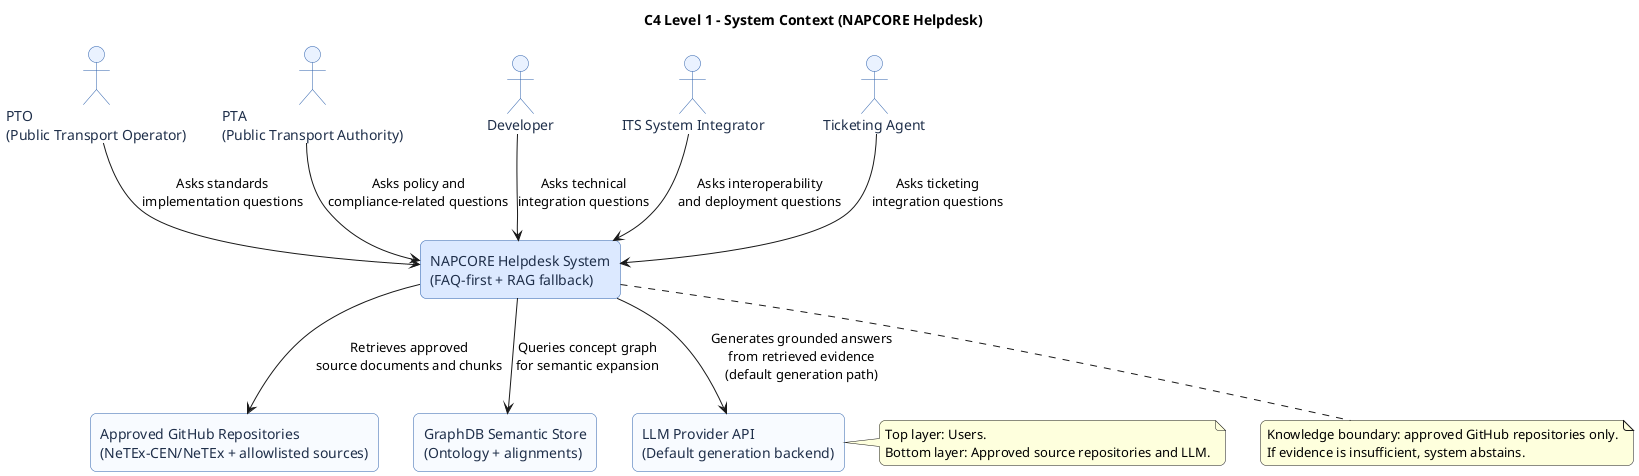
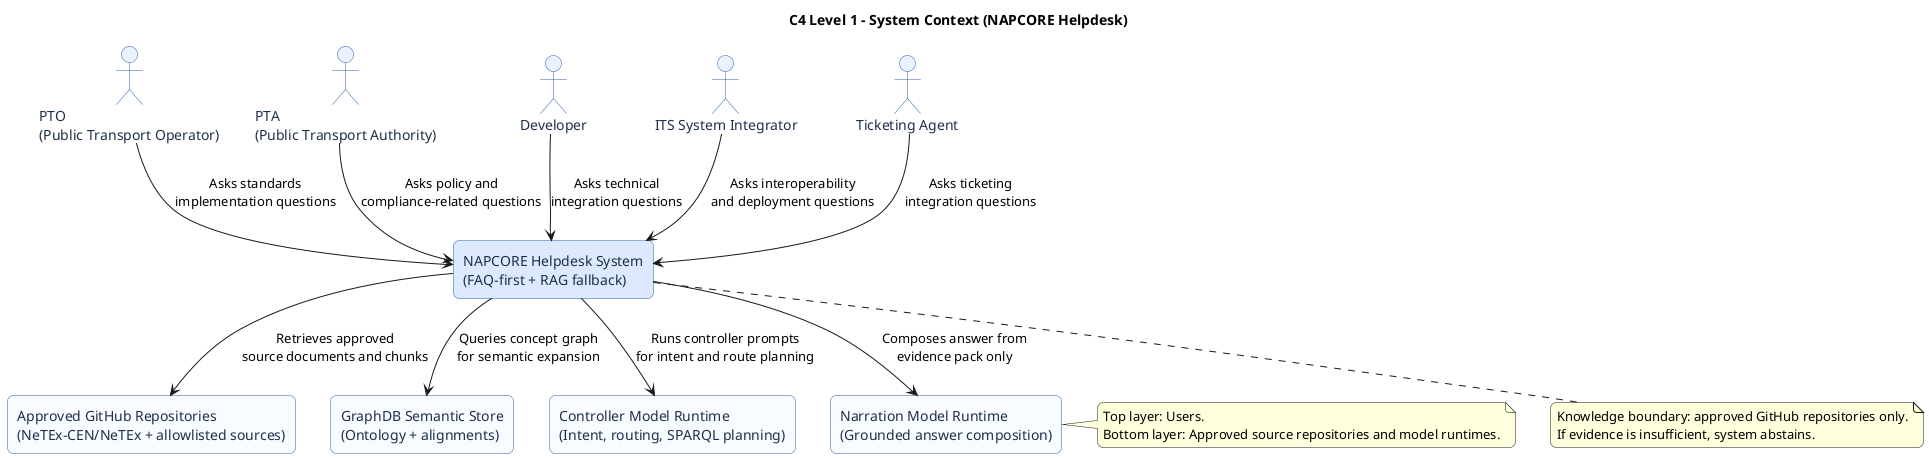
@startuml
title C4 Level 1 - System Context (NAPCORE Helpdesk)

skinparam shadowing false
skinparam roundcorner 12
skinparam rectangle {
  BorderColor #2B5FAB
  FontColor #1F2F4A
  BackgroundColor #F8FBFF
}
skinparam actor {
  BorderColor #2B5FAB
  FontColor #1F2F4A
  BackgroundColor #EAF2FF
}

actor "PTO\n(Public Transport Operator)" as PTO
actor "PTA\n(Public Transport Authority)" as PTA
actor "Developer" as DEV
actor "ITS System Integrator" as INTEGRATOR
actor "Ticketing Agent" as TICKET

rectangle "NAPCORE Helpdesk System\n(FAQ-first + RAG fallback)" as HELPDESK #DCE9FF
rectangle "Approved GitHub Repositories\n(NeTEx-CEN/NeTEx + allowlisted sources)" as GITHUB
rectangle "GraphDB Semantic Store\n(Ontology + alignments)" as GRAPHDB
- rectangle "LLM Provider API\n(Default generation backend)" as LLM
+ rectangle "Controller Model Runtime\n(Intent, routing, SPARQL planning)" as CONTROLLER_LLM
+ rectangle "Narration Model Runtime\n(Grounded answer composition)" as NARRATION_LLM

PTO --> HELPDESK : Asks standards\nimplementation questions
PTA --> HELPDESK : Asks policy and\ncompliance-related questions
DEV --> HELPDESK : Asks technical\nintegration questions
INTEGRATOR --> HELPDESK : Asks interoperability\nand deployment questions
TICKET --> HELPDESK : Asks ticketing\nintegration questions

' Top layer: actors arranged horizontally
PTO -[hidden]right-> PTA
PTA -[hidden]right-> DEV
DEV -[hidden]right-> INTEGRATOR
INTEGRATOR -[hidden]right-> TICKET

' Bottom layer: external systems below helpdesk
HELPDESK -[hidden]down-> GITHUB
GITHUB -[hidden]right-> GRAPHDB
- GRAPHDB -[hidden]right-> LLM
+ GRAPHDB -[hidden]right-> CONTROLLER_LLM
+ CONTROLLER_LLM -[hidden]right-> NARRATION_LLM

HELPDESK --> GITHUB : Retrieves approved\nsource documents and chunks
HELPDESK --> GRAPHDB : Queries concept graph\nfor semantic expansion
- HELPDESK --> LLM : Generates grounded answers\nfrom retrieved evidence\n(default generation path)
+ HELPDESK --> CONTROLLER_LLM : Runs controller prompts\nfor intent and route planning
+ HELPDESK --> NARRATION_LLM : Composes answer from\nevidence pack only

note bottom of HELPDESK
Knowledge boundary: approved GitHub repositories only.
If evidence is insufficient, system abstains.
end note

- note right of LLM
+ note right of NARRATION_LLM
Top layer: Users.
- Bottom layer: Approved source repositories and LLM.
+ Bottom layer: Approved source repositories and model runtimes.
end note

@enduml
